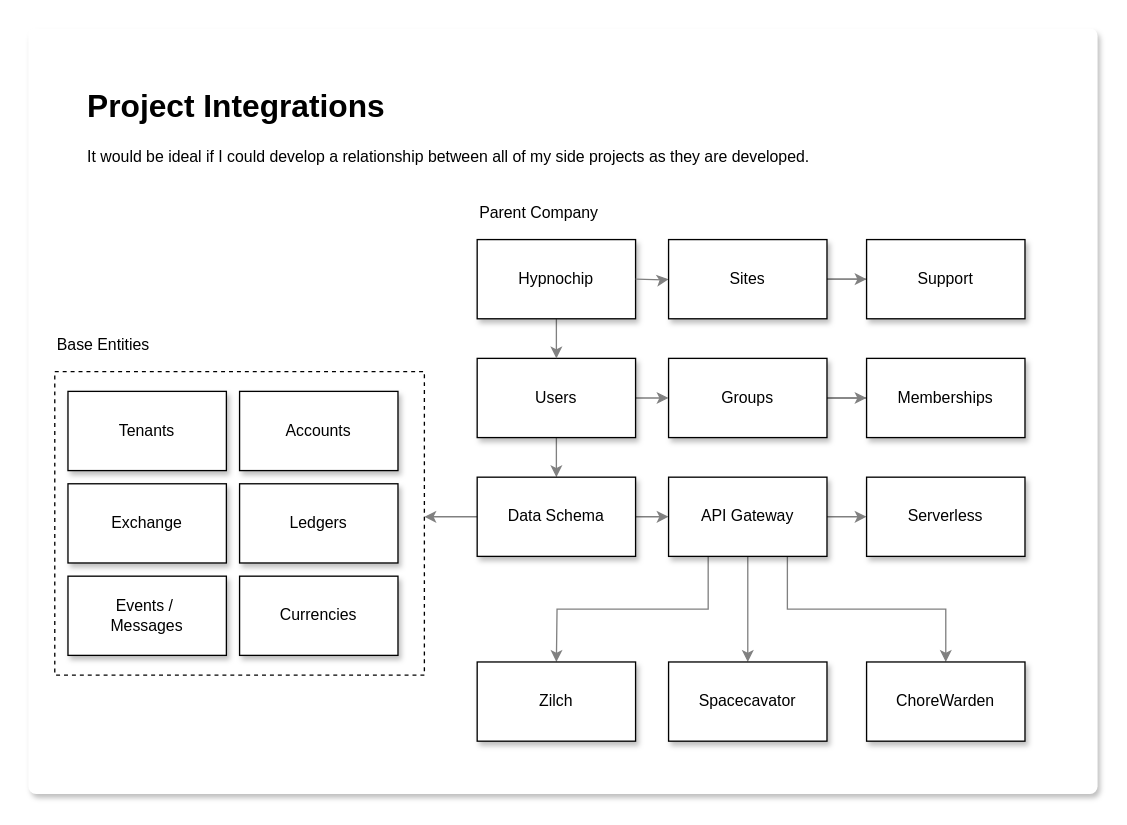
tjscooper/stuff keeps this draw.io diagram as page "Integrations" (2 of 8) of Projects.drawio. Above is the earlier version. Source tidied: cells renumbered, new cells numbered last; positions are measured from the earlier drawing's top-left corner, leaving out a move shared by most shapes. Both pictures are drawn from the tidied source at 132%, with x=0, y=0 at pixel (28, 28).
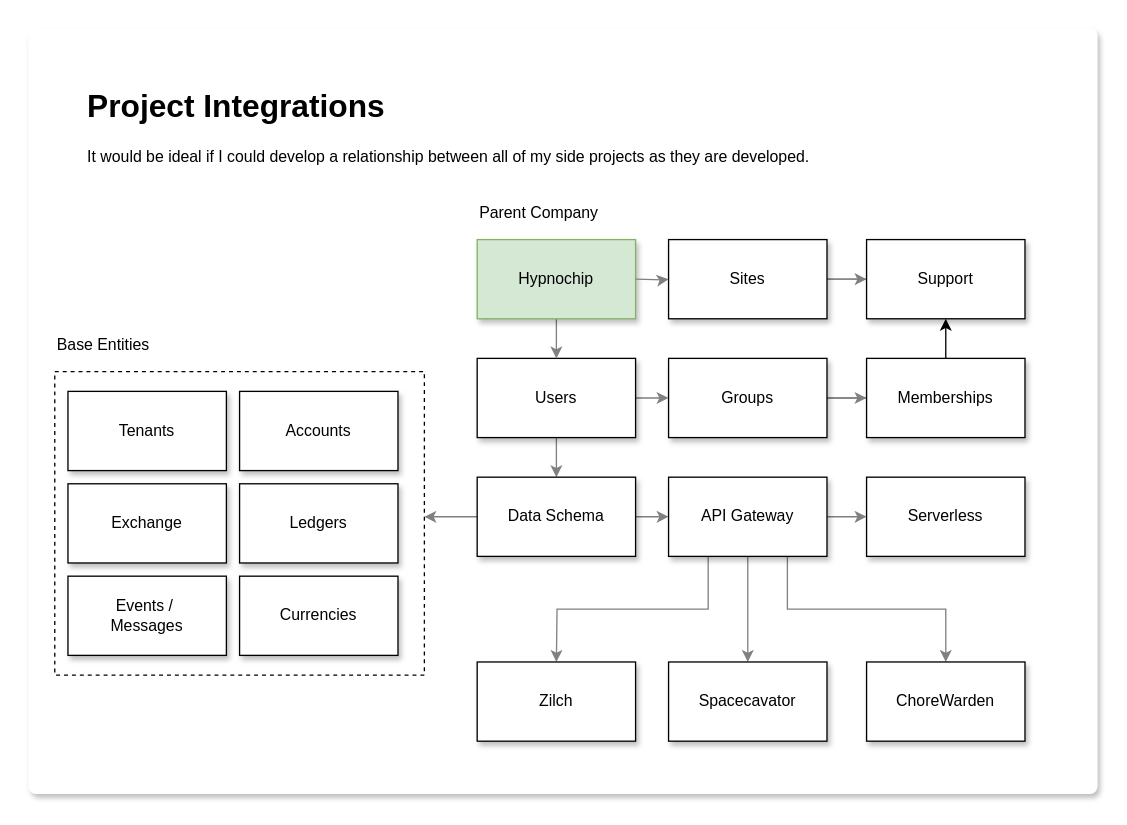
After the change.

Unchanged cells that the change refers to:
```xml
<mxCell id="12" value="Memberships" style="rounded=0;whiteSpace=wrap;html=1;shadow=1;fillColor=#ffffff;" parent="1" vertex="1">
  <mxGeometry x="635" y="250" width="120" height="60" as="geometry" />
</mxCell>
<mxCell id="36" value="Support" style="rounded=0;whiteSpace=wrap;html=1;shadow=1;fillColor=#ffffff;" parent="1" vertex="1">
  <mxGeometry x="635" y="160" width="120" height="60" as="geometry" />
</mxCell>
```

What changed in the source:
```diff
@@
-    <mxCell id="8" value="Hypnochip" style="rounded=0;whiteSpace=wrap;html=1;shadow=1;fillColor=#ffffff;" parent="1" vertex="1">
+    <mxCell id="8" value="Hypnochip" style="rounded=0;whiteSpace=wrap;html=1;shadow=1;fillColor=#d5e8d4;strokeColor=#82b366;" parent="1" vertex="1">
       <mxGeometry x="340" y="160" width="120" height="60" as="geometry" />
     </mxCell>
@@
+    <mxCell id="39" style="edgeStyle=orthogonalEdgeStyle;rounded=0;jettySize=auto;html=1;" parent="1" edge="1" source="12" target="36">
+      <mxGeometry relative="1" as="geometry" />
+    </mxCell>
```
